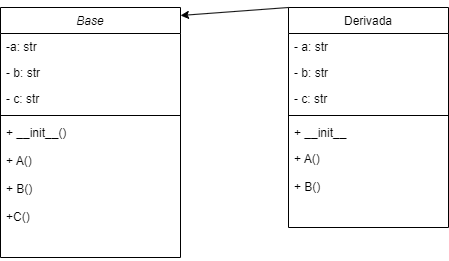
Earlier version of the draw.io export UML-puzzle.drawio.png (Valdi183/Practica_2_POO). Source tidied: cells renumbered, new cells last; positions are measured from the earlier drawing's top-left corner, leaving out a move shared by most shapes. The source it was exported from:
```xml
<mxGraphModel>
  <root>
    <mxCell id="0" />
    <mxCell id="1" parent="0" />
    <mxCell id="2" value="Base" style="swimlane;fontStyle=2;align=center;verticalAlign=top;horizontal=1;startSize=26;rounded=0;shadow=0;strokeWidth=1;" parent="1" vertex="1">
      <mxGeometry width="180" height="250" as="geometry" />
    </mxCell>
    <mxCell id="3" value="-a: str&#10;" style="text;align=left;verticalAlign=top;spacingLeft=4;spacingRight=4;overflow=hidden;" parent="2" vertex="1">
      <mxGeometry y="26" width="180" height="26" as="geometry" />
    </mxCell>
    <mxCell id="4" value="- b: str" style="text;align=left;verticalAlign=top;spacingLeft=4;spacingRight=4;overflow=hidden;rounded=0;shadow=0;html=0;" parent="2" vertex="1">
      <mxGeometry y="52" width="180" height="26" as="geometry" />
    </mxCell>
    <mxCell id="5" value="- c: str" style="text;align=left;verticalAlign=top;spacingLeft=4;spacingRight=4;overflow=hidden;rounded=0;shadow=0;html=0;" parent="2" vertex="1">
      <mxGeometry y="78" width="180" height="26" as="geometry" />
    </mxCell>
    <mxCell id="6" style="line;html=1;strokeWidth=1;align=left;verticalAlign=middle;spacingTop=-1;spacingLeft=3;spacingRight=3;labelPosition=right;" parent="2" vertex="1">
      <mxGeometry y="104" width="180" height="8" as="geometry" />
    </mxCell>
    <mxCell id="7" value="+ __init__()&#10;&#10;+ A()&#10;&#10;+ B()&#10;&#10;+C()" style="text;align=left;verticalAlign=top;spacingLeft=4;spacingRight=4;overflow=hidden;" parent="2" vertex="1">
      <mxGeometry y="112" width="180" height="138" as="geometry" />
    </mxCell>
    <mxCell id="8" value="Derivada" style="swimlane;fontStyle=0;align=center;verticalAlign=top;horizontal=1;startSize=26;rounded=0;shadow=0;strokeWidth=1;" parent="1" vertex="1">
      <mxGeometry x="288" width="160" height="220" as="geometry" />
    </mxCell>
    <mxCell id="9" value="- a: str" style="text;align=left;verticalAlign=top;spacingLeft=4;spacingRight=4;overflow=hidden;rounded=0;shadow=0;html=0;" parent="8" vertex="1">
      <mxGeometry y="26" width="160" height="26" as="geometry" />
    </mxCell>
    <mxCell id="10" value="- b: str" style="text;align=left;verticalAlign=top;spacingLeft=4;spacingRight=4;overflow=hidden;rounded=0;shadow=0;html=0;" parent="8" vertex="1">
      <mxGeometry y="52" width="160" height="26" as="geometry" />
    </mxCell>
    <mxCell id="11" value="- c: str" style="text;align=left;verticalAlign=top;spacingLeft=4;spacingRight=4;overflow=hidden;rounded=0;shadow=0;html=0;" parent="8" vertex="1">
      <mxGeometry y="78" width="160" height="26" as="geometry" />
    </mxCell>
    <mxCell id="12" style="line;html=1;strokeWidth=1;align=left;verticalAlign=middle;spacingTop=-1;spacingLeft=3;spacingRight=3;labelPosition=right;" parent="8" vertex="1">
      <mxGeometry y="104" width="160" height="8" as="geometry" />
    </mxCell>
    <mxCell id="13" value="+ __init__" style="text;align=left;verticalAlign=top;spacingLeft=4;spacingRight=4;overflow=hidden;" parent="8" vertex="1">
      <mxGeometry y="112" width="160" height="26" as="geometry" />
    </mxCell>
    <mxCell id="14" value="+ A()&#10;&#10;+ B()" style="text;align=left;verticalAlign=top;spacingLeft=4;spacingRight=4;overflow=hidden;" parent="8" vertex="1">
      <mxGeometry y="138" width="160" height="82" as="geometry" />
    </mxCell>
    <mxCell id="15" style="endArrow=classic;html=1;rounded=0;entryX=1;entryY=0.032;entryDx=0;entryDy=0;entryPerimeter=0;" parent="1" edge="1" target="2">
      <mxGeometry relative="1" as="geometry">
        <mxPoint x="288" as="sourcePoint" />
      </mxGeometry>
    </mxCell>
  </root>
</mxGraphModel>
```
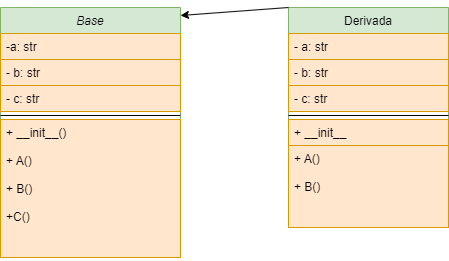
Later version of the same file.

Commit message:
Eliminados dos archivos, y actualizado el UML del puzzle, y añadido el código de la herencia simple

Diff of the diagram source:
```diff
@@ -2,49 +2,49 @@
   <root>
     <mxCell id="0" />
     <mxCell id="1" parent="0" />
-    <mxCell id="2" value="Base" style="swimlane;fontStyle=2;align=center;verticalAlign=top;horizontal=1;startSize=26;rounded=0;shadow=0;strokeWidth=1;" parent="1" vertex="1">
+    <mxCell id="2" value="Base" style="swimlane;fontStyle=2;align=center;verticalAlign=top;horizontal=1;startSize=26;rounded=0;shadow=0;strokeWidth=1;fillColor=#d5e8d4;strokeColor=#82b366;" parent="1" vertex="1">
       <mxGeometry width="180" height="250" as="geometry" />
     </mxCell>
-    <mxCell id="3" value="-a: str&#10;" style="text;align=left;verticalAlign=top;spacingLeft=4;spacingRight=4;overflow=hidden;" parent="2" vertex="1">
+    <mxCell id="3" value="-a: str&#10;" style="text;align=left;verticalAlign=top;spacingLeft=4;spacingRight=4;overflow=hidden;fillColor=#ffe6cc;strokeColor=#d79b00;" parent="2" vertex="1">
       <mxGeometry y="26" width="180" height="26" as="geometry" />
     </mxCell>
-    <mxCell id="4" value="- b: str" style="text;align=left;verticalAlign=top;spacingLeft=4;spacingRight=4;overflow=hidden;rounded=0;shadow=0;html=0;" parent="2" vertex="1">
-      <mxGeometry y="52" width="180" height="26" as="geometry" />
-    </mxCell>
-    <mxCell id="5" value="- c: str" style="text;align=left;verticalAlign=top;spacingLeft=4;spacingRight=4;overflow=hidden;rounded=0;shadow=0;html=0;" parent="2" vertex="1">
-      <mxGeometry y="78" width="180" height="26" as="geometry" />
-    </mxCell>
+    <mxCell id="16" value="- b: str" style="text;align=left;verticalAlign=top;spacingLeft=4;spacingRight=4;overflow=hidden;rounded=0;shadow=0;html=0;fillColor=#ffe6cc;strokeColor=#d79b00;" parent="2" vertex="1">
+      <mxGeometry y="52" width="180" height="26" as="geometry" />
+    </mxCell>
+    <mxCell id="17" value="- c: str" style="text;align=left;verticalAlign=top;spacingLeft=4;spacingRight=4;overflow=hidden;rounded=0;shadow=0;html=0;fillColor=#ffe6cc;strokeColor=#d79b00;" parent="2" vertex="1">
+      <mxGeometry y="78" width="180" height="26" as="geometry" />
+    </mxCell>
     <mxCell id="6" style="line;html=1;strokeWidth=1;align=left;verticalAlign=middle;spacingTop=-1;spacingLeft=3;spacingRight=3;labelPosition=right;" parent="2" vertex="1">
       <mxGeometry y="104" width="180" height="8" as="geometry" />
     </mxCell>
-    <mxCell id="7" value="+ __init__()&#10;&#10;+ A()&#10;&#10;+ B()&#10;&#10;+C()" style="text;align=left;verticalAlign=top;spacingLeft=4;spacingRight=4;overflow=hidden;" parent="2" vertex="1">
+    <mxCell id="7" value="+ __init__()&#10;&#10;+ A()&#10;&#10;+ B()&#10;&#10;+C()" style="text;align=left;verticalAlign=top;spacingLeft=4;spacingRight=4;overflow=hidden;fillColor=#ffe6cc;strokeColor=#d79b00;" parent="2" vertex="1">
       <mxGeometry y="112" width="180" height="138" as="geometry" />
     </mxCell>
-    <mxCell id="8" value="Derivada" style="swimlane;fontStyle=0;align=center;verticalAlign=top;horizontal=1;startSize=26;rounded=0;shadow=0;strokeWidth=1;" parent="1" vertex="1">
+    <mxCell id="8" value="Derivada" style="swimlane;fontStyle=0;align=center;verticalAlign=top;horizontal=1;startSize=26;rounded=0;shadow=0;strokeWidth=1;fillColor=#d5e8d4;strokeColor=#82b366;" parent="1" vertex="1">
       <mxGeometry x="288" width="160" height="220" as="geometry" />
     </mxCell>
-    <mxCell id="9" value="- a: str" style="text;align=left;verticalAlign=top;spacingLeft=4;spacingRight=4;overflow=hidden;rounded=0;shadow=0;html=0;" parent="8" vertex="1">
+    <mxCell id="9" value="- a: str" style="text;align=left;verticalAlign=top;spacingLeft=4;spacingRight=4;overflow=hidden;rounded=0;shadow=0;html=0;fillColor=#ffe6cc;strokeColor=#d79b00;" parent="8" vertex="1">
       <mxGeometry y="26" width="160" height="26" as="geometry" />
     </mxCell>
-    <mxCell id="10" value="- b: str" style="text;align=left;verticalAlign=top;spacingLeft=4;spacingRight=4;overflow=hidden;rounded=0;shadow=0;html=0;" parent="8" vertex="1">
-      <mxGeometry y="52" width="160" height="26" as="geometry" />
-    </mxCell>
-    <mxCell id="11" value="- c: str" style="text;align=left;verticalAlign=top;spacingLeft=4;spacingRight=4;overflow=hidden;rounded=0;shadow=0;html=0;" parent="8" vertex="1">
-      <mxGeometry y="78" width="160" height="26" as="geometry" />
-    </mxCell>
+    <mxCell id="18" value="- b: str" style="text;align=left;verticalAlign=top;spacingLeft=4;spacingRight=4;overflow=hidden;rounded=0;shadow=0;html=0;fillColor=#ffe6cc;strokeColor=#d79b00;" parent="8" vertex="1">
+      <mxGeometry y="52" width="160" height="26" as="geometry" />
+    </mxCell>
+    <mxCell id="19" value="- c: str" style="text;align=left;verticalAlign=top;spacingLeft=4;spacingRight=4;overflow=hidden;rounded=0;shadow=0;html=0;fillColor=#ffe6cc;strokeColor=#d79b00;" parent="8" vertex="1">
+      <mxGeometry y="78" width="160" height="26" as="geometry" />
+    </mxCell>
     <mxCell id="12" style="line;html=1;strokeWidth=1;align=left;verticalAlign=middle;spacingTop=-1;spacingLeft=3;spacingRight=3;labelPosition=right;" parent="8" vertex="1">
       <mxGeometry y="104" width="160" height="8" as="geometry" />
     </mxCell>
-    <mxCell id="13" value="+ __init__" style="text;align=left;verticalAlign=top;spacingLeft=4;spacingRight=4;overflow=hidden;" parent="8" vertex="1">
+    <mxCell id="13" value="+ __init__" style="text;align=left;verticalAlign=top;spacingLeft=4;spacingRight=4;overflow=hidden;fillColor=#ffe6cc;strokeColor=#d79b00;" parent="8" vertex="1">
       <mxGeometry y="112" width="160" height="26" as="geometry" />
     </mxCell>
-    <mxCell id="14" value="+ A()&#10;&#10;+ B()" style="text;align=left;verticalAlign=top;spacingLeft=4;spacingRight=4;overflow=hidden;" parent="8" vertex="1">
+    <mxCell id="14" value="+ A()&#10;&#10;+ B()" style="text;align=left;verticalAlign=top;spacingLeft=4;spacingRight=4;overflow=hidden;fillColor=#ffe6cc;strokeColor=#d79b00;" parent="8" vertex="1">
       <mxGeometry y="138" width="160" height="82" as="geometry" />
     </mxCell>
-    <mxCell id="15" style="endArrow=classic;html=1;rounded=0;entryX=1;entryY=0.032;entryDx=0;entryDy=0;entryPerimeter=0;" parent="1" edge="1" target="2">
-      <mxGeometry relative="1" as="geometry">
-        <mxPoint x="288" as="sourcePoint" />
-      </mxGeometry>
-    </mxCell>
+    <mxCell id="20" style="endArrow=classic;html=1;rounded=0;entryX=1;entryY=0.032;entryDx=0;entryDy=0;entryPerimeter=0;" parent="1" edge="1" target="2">
+      <mxGeometry relative="1" as="geometry">
+        <mxPoint x="288" as="sourcePoint" />
+      </mxGeometry>
+    </mxCell>
   </root>
 </mxGraphModel>
```
